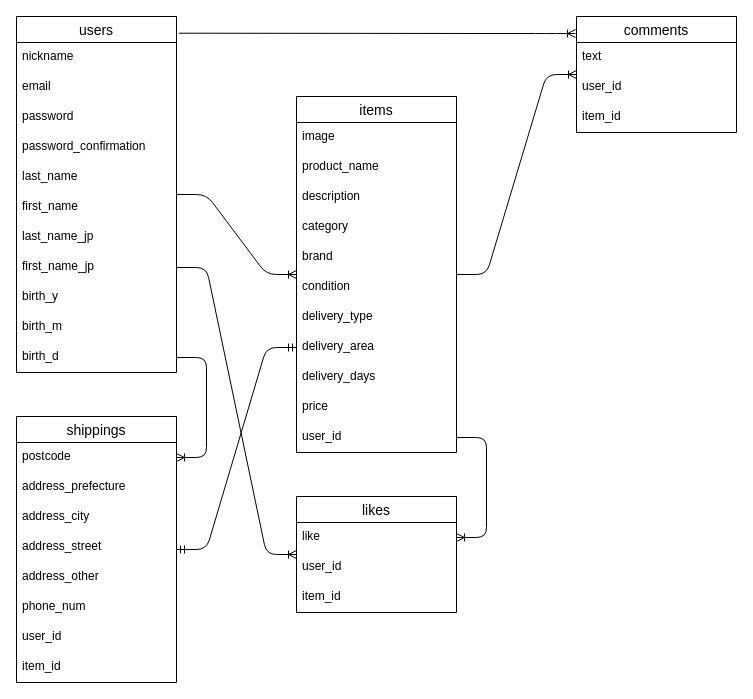
troymich123/furima-38091 keeps this draw.io diagram as furima.dio. Above is the earlier version. Source tidied: cells renumbered, new cells numbered last; positions are measured from the earlier drawing's top-left corner, leaving out a move shared by most shapes. Both pictures are drawn from the tidied source at 100%, with x=0, y=0 at pixel (16, 16).
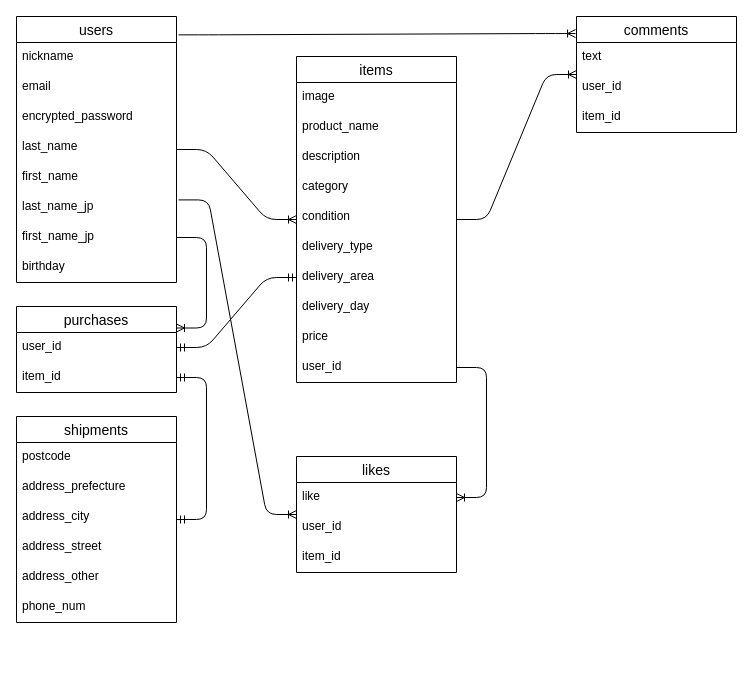
After the change.

The change refers to these unchanged cells:
```xml
<mxCell id="26" value="comments" style="swimlane;fontStyle=0;horizontal=1;startSize=26;align=center;fontSize=14;" parent="1" vertex="1">
  <mxGeometry x="560" width="160" height="116" as="geometry" />
</mxCell>
<mxCell id="35" value="postcode" style="text;strokeColor=none;fillColor=none;spacingLeft=4;spacingRight=4;overflow=hidden;points=[[0,0.5],[1,0.5]];portConstraint=eastwest;fontSize=12;" parent="34" vertex="1">
  <mxGeometry y="26" width="160" height="30" as="geometry" />
</mxCell>
```

The edit, as a diff of the source:
```diff
@@
     <mxCell id="2" value="users" style="swimlane;fontStyle=0;horizontal=1;startSize=26;align=center;fontSize=14;" parent="1" vertex="1">
-      <mxGeometry width="160" height="356" as="geometry" />
+      <mxGeometry width="160" height="266" as="geometry" />
     </mxCell>
@@
-    <mxCell id="5" value="password" style="text;strokeColor=none;fillColor=none;spacingLeft=4;spacingRight=4;overflow=hidden;fontSize=12;" parent="2" vertex="1">
+    <mxCell id="5" value="encrypted_password" style="text;strokeColor=none;fillColor=none;spacingLeft=4;spacingRight=4;overflow=hidden;fontSize=12;" parent="2" vertex="1">
       <mxGeometry y="86" width="160" height="30" as="geometry" />
     </mxCell>
-    <mxCell id="6" value="password_confirmation" style="text;strokeColor=none;fillColor=none;spacingLeft=4;spacingRight=4;overflow=hidden;fontSize=12;" parent="2" vertex="1">
-      <mxGeometry y="116" width="160" height="30" as="geometry" />
-    </mxCell>
     <mxCell id="7" value="last_name" style="text;strokeColor=none;fillColor=none;spacingLeft=4;spacingRight=4;overflow=hidden;fontSize=12;" parent="2" vertex="1">
-      <mxGeometry y="146" width="160" height="30" as="geometry" />
+      <mxGeometry y="116" width="160" height="30" as="geometry" />
     </mxCell>
     <mxCell id="8" value="first_name" style="text;strokeColor=none;fillColor=none;spacingLeft=4;spacingRight=4;overflow=hidden;fontSize=12;" parent="2" vertex="1">
-      <mxGeometry y="176" width="160" height="30" as="geometry" />
+      <mxGeometry y="146" width="160" height="30" as="geometry" />
     </mxCell>
     <mxCell id="9" value="last_name_jp" style="text;strokeColor=none;fillColor=none;spacingLeft=4;spacingRight=4;overflow=hidden;points=[[0,0.5],[1,0.5]];portConstraint=eastwest;fontSize=12;" parent="2" vertex="1">
-      <mxGeometry y="206" width="160" height="30" as="geometry" />
+      <mxGeometry y="176" width="160" height="30" as="geometry" />
     </mxCell>
     <mxCell id="10" value="first_name_jp" style="text;strokeColor=none;fillColor=none;spacingLeft=4;spacingRight=4;overflow=hidden;points=[[0,0.5],[1,0.5]];portConstraint=eastwest;fontSize=12;" parent="2" vertex="1">
-      <mxGeometry y="236" width="160" height="30" as="geometry" />
+      <mxGeometry y="206" width="160" height="30" as="geometry" />
     </mxCell>
-    <mxCell id="11" value="birth_y" style="text;strokeColor=none;fillColor=none;spacingLeft=4;spacingRight=4;overflow=hidden;fontSize=12;" parent="2" vertex="1">
-      <mxGeometry y="266" width="160" height="30" as="geometry" />
+    <mxCell id="11" value="birthday" style="text;strokeColor=none;fillColor=none;spacingLeft=4;spacingRight=4;overflow=hidden;fontSize=12;" parent="2" vertex="1">
+      <mxGeometry y="236" width="160" height="30" as="geometry" />
     </mxCell>
-    <mxCell id="12" value="birth_m" style="text;strokeColor=none;fillColor=none;spacingLeft=4;spacingRight=4;overflow=hidden;fontSize=12;" parent="2" vertex="1">
-      <mxGeometry y="296" width="160" height="30" as="geometry" />
-    </mxCell>
-    <mxCell id="13" value="birth_d" style="text;strokeColor=none;fillColor=none;spacingLeft=4;spacingRight=4;overflow=hidden;points=[[0,0.5],[1,0.5]];portConstraint=eastwest;fontSize=12;" parent="2" vertex="1">
-      <mxGeometry y="326" width="160" height="30" as="geometry" />
-    </mxCell>
     <mxCell id="14" value="items" style="swimlane;fontStyle=0;horizontal=1;startSize=26;align=center;fontSize=14;" parent="1" vertex="1">
-      <mxGeometry x="280" y="80" width="160" height="356" as="geometry" />
+      <mxGeometry x="280" y="40" width="160" height="326" as="geometry" />
     </mxCell>
@@
-    <mxCell id="19" value="brand" style="text;strokeColor=none;fillColor=none;spacingLeft=4;spacingRight=4;overflow=hidden;fontSize=12;" parent="14" vertex="1">
-      <mxGeometry y="146" width="160" height="30" as="geometry" />
-    </mxCell>
     <mxCell id="20" value="condition" style="text;strokeColor=none;fillColor=none;spacingLeft=4;spacingRight=4;overflow=hidden;fontSize=12;" parent="14" vertex="1">
-      <mxGeometry y="176" width="160" height="30" as="geometry" />
+      <mxGeometry y="146" width="160" height="30" as="geometry" />
     </mxCell>
     <mxCell id="21" value="delivery_type" style="text;strokeColor=none;fillColor=none;spacingLeft=4;spacingRight=4;overflow=hidden;fontSize=12;" parent="14" vertex="1">
-      <mxGeometry y="206" width="160" height="30" as="geometry" />
+      <mxGeometry y="176" width="160" height="30" as="geometry" />
     </mxCell>
     <mxCell id="22" value="delivery_area" style="text;strokeColor=none;fillColor=none;spacingLeft=4;spacingRight=4;overflow=hidden;points=[[0,0.5],[1,0.5]];portConstraint=eastwest;fontSize=12;" parent="14" vertex="1">
-      <mxGeometry y="236" width="160" height="30" as="geometry" />
+      <mxGeometry y="206" width="160" height="30" as="geometry" />
     </mxCell>
-    <mxCell id="23" value="delivery_days" style="text;strokeColor=none;fillColor=none;spacingLeft=4;spacingRight=4;overflow=hidden;fontSize=12;" parent="14" vertex="1">
-      <mxGeometry y="266" width="160" height="30" as="geometry" />
+    <mxCell id="23" value="delivery_day" style="text;strokeColor=none;fillColor=none;spacingLeft=4;spacingRight=4;overflow=hidden;fontSize=12;" parent="14" vertex="1">
+      <mxGeometry y="236" width="160" height="30" as="geometry" />
     </mxCell>
     <mxCell id="24" value="price" style="text;strokeColor=none;fillColor=none;spacingLeft=4;spacingRight=4;overflow=hidden;fontSize=12;" parent="14" vertex="1">
-      <mxGeometry y="296" width="160" height="30" as="geometry" />
+      <mxGeometry y="266" width="160" height="30" as="geometry" />
     </mxCell>
     <mxCell id="25" value="user_id" style="text;strokeColor=none;fillColor=none;spacingLeft=4;spacingRight=4;overflow=hidden;points=[[0,0.5],[1,0.5]];portConstraint=eastwest;fontSize=12;" parent="14" vertex="1">
-      <mxGeometry y="326" width="160" height="30" as="geometry" />
+      <mxGeometry y="296" width="160" height="30" as="geometry" />
     </mxCell>
@@
     <mxCell id="30" value="likes" style="swimlane;fontStyle=0;horizontal=1;startSize=26;align=center;fontSize=14;" parent="1" vertex="1">
-      <mxGeometry x="280" y="480" width="160" height="116" as="geometry" />
+      <mxGeometry x="280" y="440" width="160" height="116" as="geometry" />
     </mxCell>
@@
-    <mxCell id="34" value="shippings" style="swimlane;fontStyle=0;horizontal=1;startSize=26;align=center;fontSize=14;" parent="1" vertex="1">
-      <mxGeometry y="400" width="160" height="266" as="geometry" />
+    <mxCell id="34" value="shipments" style="swimlane;fontStyle=0;horizontal=1;startSize=26;align=center;fontSize=14;" parent="1" vertex="1">
+      <mxGeometry y="400" width="160" height="206" as="geometry" />
     </mxCell>
@@
-    <mxCell id="41" value="user_id" style="text;strokeColor=none;fillColor=none;spacingLeft=4;spacingRight=4;overflow=hidden;points=[[0,0.5],[1,0.5]];portConstraint=eastwest;fontSize=12;" parent="34" vertex="1">
-      <mxGeometry y="206" width="160" height="30" as="geometry" />
-    </mxCell>
-    <mxCell id="42" value="item_id" style="text;strokeColor=none;fillColor=none;spacingLeft=4;spacingRight=4;overflow=hidden;points=[[0,0.5],[1,0.5]];portConstraint=eastwest;fontSize=12;" parent="34" vertex="1">
-      <mxGeometry y="236" width="160" height="30" as="geometry" />
-    </mxCell>
@@
-    <mxCell id="45" style="edgeStyle=entityRelationEdgeStyle;fontSize=12;html=1;endArrow=ERoneToMany;exitX=1.015;exitY=0.047;exitDx=0;exitDy=0;exitPerimeter=0;entryX=-0.006;entryY=0.147;entryDx=0;entryDy=0;entryPerimeter=0;" parent="1" edge="1" source="2" target="26">
+    <mxCell id="45" style="edgeStyle=entityRelationEdgeStyle;fontSize=12;html=1;endArrow=ERoneToMany;entryX=-0.006;entryY=0.147;entryDx=0;entryDy=0;entryPerimeter=0;exitX=1.013;exitY=0.069;exitDx=0;exitDy=0;exitPerimeter=0;" parent="1" edge="1" source="2" target="26">
       <mxGeometry relative="1" as="geometry" />
     </mxCell>
@@
-    <mxCell id="47" style="edgeStyle=entityRelationEdgeStyle;fontSize=12;html=1;endArrow=ERoneToMany;exitX=1;exitY=0.5;exitDx=0;exitDy=0;" parent="1" edge="1" source="10" target="30">
+    <mxCell id="47" style="edgeStyle=entityRelationEdgeStyle;fontSize=12;html=1;endArrow=ERoneToMany;exitX=1.013;exitY=0.247;exitDx=0;exitDy=0;exitPerimeter=0;" parent="1" edge="1" source="9" target="30">
       <mxGeometry relative="1" as="geometry" />
     </mxCell>
-    <mxCell id="48" style="edgeStyle=entityRelationEdgeStyle;fontSize=12;html=1;endArrow=ERoneToMany;exitX=1;exitY=0.5;exitDx=0;exitDy=0;entryX=1;entryY=0.5;entryDx=0;entryDy=0;" parent="1" edge="1" source="13" target="35">
-      <mxGeometry relative="1" as="geometry" />
-    </mxCell>
-    <mxCell id="49" style="edgeStyle=entityRelationEdgeStyle;fontSize=12;html=1;endArrow=ERmandOne;startArrow=ERmandOne;exitX=0;exitY=0.5;exitDx=0;exitDy=0;" parent="1" edge="1" source="22" target="34">
+    <mxCell id="49" style="edgeStyle=entityRelationEdgeStyle;fontSize=12;html=1;endArrow=ERmandOne;startArrow=ERmandOne;exitX=0;exitY=0.5;exitDx=0;exitDy=0;entryX=1;entryY=0.5;entryDx=0;entryDy=0;" parent="1" edge="1" source="22" target="41">
       <mxGeometry relative="1" as="geometry" />
     </mxCell>
+    <mxCell id="50" value="purchases" style="swimlane;fontStyle=0;horizontal=1;startSize=26;align=center;fontSize=14;" parent="1" vertex="1">
+      <mxGeometry y="290" width="160" height="86" as="geometry" />
+    </mxCell>
+    <mxCell id="41" value="user_id" style="text;strokeColor=none;fillColor=none;spacingLeft=4;spacingRight=4;overflow=hidden;points=[[0,0.5],[1,0.5]];portConstraint=eastwest;fontSize=12;" parent="50" vertex="1">
+      <mxGeometry y="26" width="160" height="30" as="geometry" />
+    </mxCell>
+    <mxCell id="42" value="item_id" style="text;strokeColor=none;fillColor=none;spacingLeft=4;spacingRight=4;overflow=hidden;points=[[0,0.5],[1,0.5]];portConstraint=eastwest;fontSize=12;" parent="50" vertex="1">
+      <mxGeometry y="56" width="160" height="30" as="geometry" />
+    </mxCell>
+    <mxCell id="51" style="edgeStyle=entityRelationEdgeStyle;fontSize=12;html=1;endArrow=ERmandOne;startArrow=ERmandOne;exitX=1;exitY=0.5;exitDx=0;exitDy=0;" parent="1" edge="1" source="42" target="34">
+      <mxGeometry relative="1" as="geometry" />
+    </mxCell>
+    <mxCell id="52" style="edgeStyle=entityRelationEdgeStyle;fontSize=12;html=1;endArrow=ERoneToMany;exitX=1;exitY=0.5;exitDx=0;exitDy=0;entryX=1;entryY=0.25;entryDx=0;entryDy=0;" parent="1" edge="1" source="10" target="50">
+      <mxGeometry relative="1" as="geometry" />
+    </mxCell>
```
